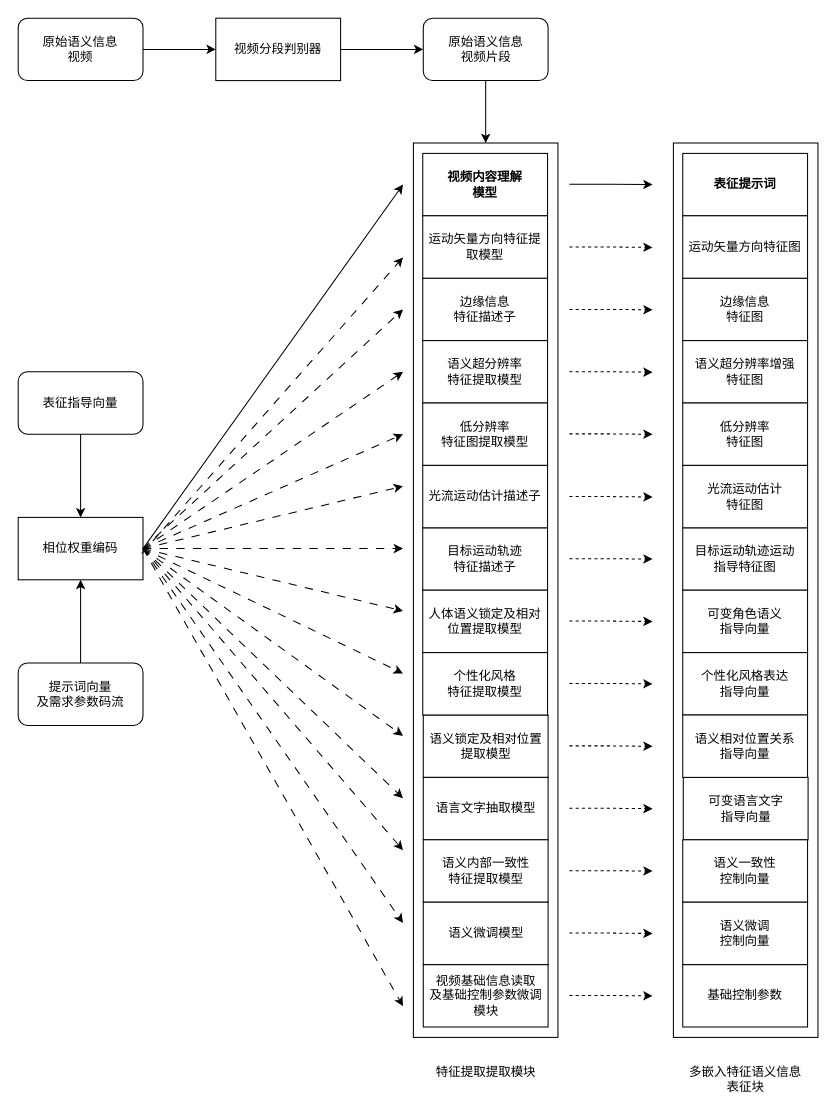
Above: 视频提取模块v2.drawio in hrf666666/FlowCharts (draw.io), before the change. Source tidied: cells renumbered, new cells numbered last; positions are measured from the earlier drawing's top-left corner, leaving out a move shared by most shapes. Both pictures are drawn from the tidied source at 104%, with x=0, y=0 at pixel (18, 18).
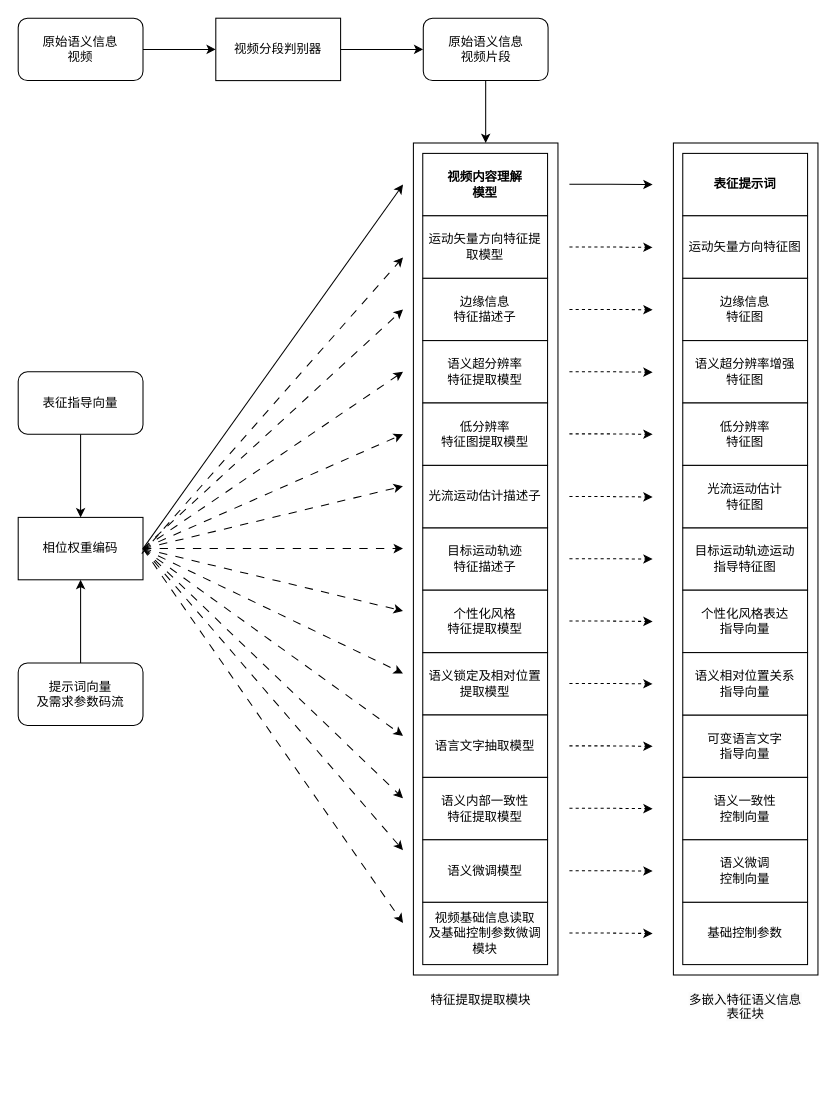
After the change.

Commit message:
更新视频提取模块v2.drawio

The change refers to these unchanged cells:
```xml
<mxCell id="7" value="相位权重编码" style="rounded=0;whiteSpace=wrap;html=1;" parent="1" vertex="1">
  <mxGeometry y="480" width="120" height="60" as="geometry" />
</mxCell>
```

Change to the diagram source:
```diff
@@
     <mxCell id="8" style="rounded=0;whiteSpace=wrap;html=1;" parent="1" vertex="1">
-      <mxGeometry x="630" y="120" width="139" height="860" as="geometry" />
+      <mxGeometry x="630" y="120" width="139" height="800" as="geometry" />
     </mxCell>
     <mxCell id="9" value="&lt;span style=&quot;color: rgb(0, 0, 0); font-family: Helvetica; font-size: 12px; font-style: normal; font-variant-ligatures: normal; font-variant-caps: normal; font-weight: 400; letter-spacing: normal; orphans: 2; text-align: center; text-indent: 0px; text-transform: none; widows: 2; word-spacing: 0px; -webkit-text-stroke-width: 0px; white-space: normal; background-color: rgb(251, 251, 251); text-decoration-thickness: initial; text-decoration-style: initial; text-decoration-color: initial; display: inline !important; float: none;&quot;&gt;特征提取提取模块&lt;/span&gt;" style="text;whiteSpace=wrap;html=1;" parent="1" vertex="1">
-      <mxGeometry x="399.5" y="1000" width="110" height="40" as="geometry" />
+      <mxGeometry x="394.5" y="930" width="110" height="40" as="geometry" />
     </mxCell>
@@
     <mxCell id="14" value="可变语言文字&lt;div&gt;指导向量&lt;/div&gt;" style="rounded=0;whiteSpace=wrap;html=1;" parent="1" vertex="1">
-      <mxGeometry x="639.5" y="730" width="120" height="60" as="geometry" />
+      <mxGeometry x="639" y="670" width="120" height="60" as="geometry" />
     </mxCell>
-    <mxCell id="15" value="&lt;div&gt;可变角色语义&lt;/div&gt;&lt;div&gt;指导向量&lt;/div&gt;" style="rounded=0;whiteSpace=wrap;html=1;" parent="1" vertex="1">
-      <mxGeometry x="639" y="550" width="120" height="60" as="geometry" />
-    </mxCell>
     <mxCell id="16" value="&lt;div&gt;个性化风格表达&lt;/div&gt;&lt;div&gt;指导向量&lt;/div&gt;" style="rounded=0;whiteSpace=wrap;html=1;" parent="1" vertex="1">
-      <mxGeometry x="639" y="610" width="120" height="60" as="geometry" />
+      <mxGeometry x="639" y="550" width="120" height="60" as="geometry" />
     </mxCell>
@@
     <mxCell id="20" value="&lt;div&gt;语义一致性&lt;/div&gt;&lt;div&gt;控制向量&lt;/div&gt;" style="rounded=0;whiteSpace=wrap;html=1;" parent="1" vertex="1">
-      <mxGeometry x="639" y="790" width="120" height="60" as="geometry" />
+      <mxGeometry x="639" y="730" width="120" height="60" as="geometry" />
     </mxCell>
     <mxCell id="21" value="&lt;div&gt;基础控制参数&lt;/div&gt;" style="rounded=0;whiteSpace=wrap;html=1;" parent="1" vertex="1">
-      <mxGeometry x="639" y="910" width="120" height="60" as="geometry" />
+      <mxGeometry x="639" y="850" width="120" height="60" as="geometry" />
     </mxCell>
     <mxCell id="22" style="rounded=0;whiteSpace=wrap;html=1;" parent="1" vertex="1">
-      <mxGeometry x="380" y="120" width="139" height="860" as="geometry" />
+      <mxGeometry x="380" y="120" width="139" height="800" as="geometry" />
     </mxCell>
@@
     <mxCell id="27" value="语义锁定及相对位置提取模型" style="rounded=0;whiteSpace=wrap;html=1;" parent="1" vertex="1">
-      <mxGeometry x="389.5" y="670" width="120" height="60" as="geometry" />
+      <mxGeometry x="389" y="610" width="120" height="60" as="geometry" />
     </mxCell>
@@
     <mxCell id="29" value="语言文字抽取&lt;span style=&quot;background-color: initial;&quot;&gt;模型&lt;/span&gt;" style="rounded=0;whiteSpace=wrap;html=1;" parent="1" vertex="1">
-      <mxGeometry x="389.5" y="730" width="120" height="60" as="geometry" />
+      <mxGeometry x="389" y="670" width="120" height="60" as="geometry" />
     </mxCell>
-    <mxCell id="30" value="&lt;div&gt;人体语义锁定及相对位置提取模型&lt;/div&gt;" style="rounded=0;whiteSpace=wrap;html=1;" parent="1" vertex="1">
-      <mxGeometry x="389" y="550" width="120" height="60" as="geometry" />
-    </mxCell>
     <mxCell id="31" value="&lt;div&gt;个性化风格&lt;/div&gt;&lt;div&gt;特征提取模型&lt;/div&gt;" style="rounded=0;whiteSpace=wrap;html=1;" parent="1" vertex="1">
-      <mxGeometry x="389" y="610" width="120" height="60" as="geometry" />
+      <mxGeometry x="389" y="550" width="120" height="60" as="geometry" />
     </mxCell>
@@
     <mxCell id="35" value="&lt;div&gt;语义内部一致性&lt;/div&gt;&lt;div&gt;特征&lt;span style=&quot;background-color: initial;&quot;&gt;提取模型&lt;/span&gt;&lt;/div&gt;" style="rounded=0;whiteSpace=wrap;html=1;" parent="1" vertex="1">
-      <mxGeometry x="389.5" y="790" width="120" height="60" as="geometry" />
+      <mxGeometry x="389" y="730" width="120" height="60" as="geometry" />
     </mxCell>
     <mxCell id="36" value="&lt;div&gt;视频基础信息读取&lt;/div&gt;&lt;div&gt;及基础控制参数微调模块&lt;/div&gt;" style="rounded=0;whiteSpace=wrap;html=1;" parent="1" vertex="1">
-      <mxGeometry x="389.5" y="910" width="120" height="60" as="geometry" />
+      <mxGeometry x="389" y="850" width="120" height="60" as="geometry" />
     </mxCell>
     <mxCell id="37" value="&lt;span style=&quot;color: rgb(0, 0, 0); font-family: Helvetica; font-size: 12px; font-style: normal; font-variant-ligatures: normal; font-variant-caps: normal; font-weight: 400; letter-spacing: normal; orphans: 2; text-indent: 0px; text-transform: none; widows: 2; word-spacing: 0px; -webkit-text-stroke-width: 0px; white-space: normal; background-color: rgb(251, 251, 251); text-decoration-thickness: initial; text-decoration-style: initial; text-decoration-color: initial; float: none; display: inline !important;&quot;&gt;多嵌入特征语义信息表征块&lt;/span&gt;" style="text;whiteSpace=wrap;html=1;align=center;" parent="1" vertex="1">
-      <mxGeometry x="643.5" y="1000" width="111" height="40" as="geometry" />
+      <mxGeometry x="643.5" y="930" width="111" height="40" as="geometry" />
     </mxCell>
@@
     <mxCell id="64" value="语义相对位置关系&lt;div&gt;指导向量&lt;/div&gt;" style="rounded=0;whiteSpace=wrap;html=1;" parent="1" vertex="1">
-      <mxGeometry x="639" y="670" width="120" height="60" as="geometry" />
+      <mxGeometry x="639" y="610" width="120" height="60" as="geometry" />
     </mxCell>
@@
     <mxCell id="69" value="&lt;div&gt;语义微调&lt;span style=&quot;background-color: initial;&quot;&gt;模型&lt;/span&gt;&lt;/div&gt;" style="rounded=0;whiteSpace=wrap;html=1;" parent="1" vertex="1">
-      <mxGeometry x="389.5" y="850" width="120" height="60" as="geometry" />
+      <mxGeometry x="389" y="790" width="120" height="60" as="geometry" />
     </mxCell>
     <mxCell id="70" value="&lt;div&gt;语义微调&lt;/div&gt;&lt;div&gt;控制向量&lt;/div&gt;" style="rounded=0;whiteSpace=wrap;html=1;" parent="1" vertex="1">
-      <mxGeometry x="639" y="850" width="120" height="60" as="geometry" />
+      <mxGeometry x="639" y="790" width="120" height="60" as="geometry" />
     </mxCell>
-    <mxCell id="71" style="edgeStyle=orthogonalEdgeStyle;rounded=0;orthogonalLoop=1;jettySize=auto;html=1;dashed=1;" parent="1" edge="1">
-      <mxGeometry relative="1" as="geometry">
-        <mxPoint x="530" y="939.7" as="sourcePoint" />
-        <mxPoint x="610" y="940.1" as="targetPoint" />
-        <Array as="points">
-          <mxPoint x="570" y="939.7" />
-          <mxPoint x="570" y="939.7" />
-        </Array>
-      </mxGeometry>
-    </mxCell>
-    <mxCell id="72" style="endArrow=classic;html=1;rounded=0;dashed=1;dashPattern=8 8;exitX=1;exitY=0.5;exitDx=0;exitDy=0;" parent="1" edge="1" source="7">
-      <mxGeometry relative="1" as="geometry">
-        <mxPoint x="370" y="950" as="targetPoint" />
-      </mxGeometry>
-    </mxCell>
```
